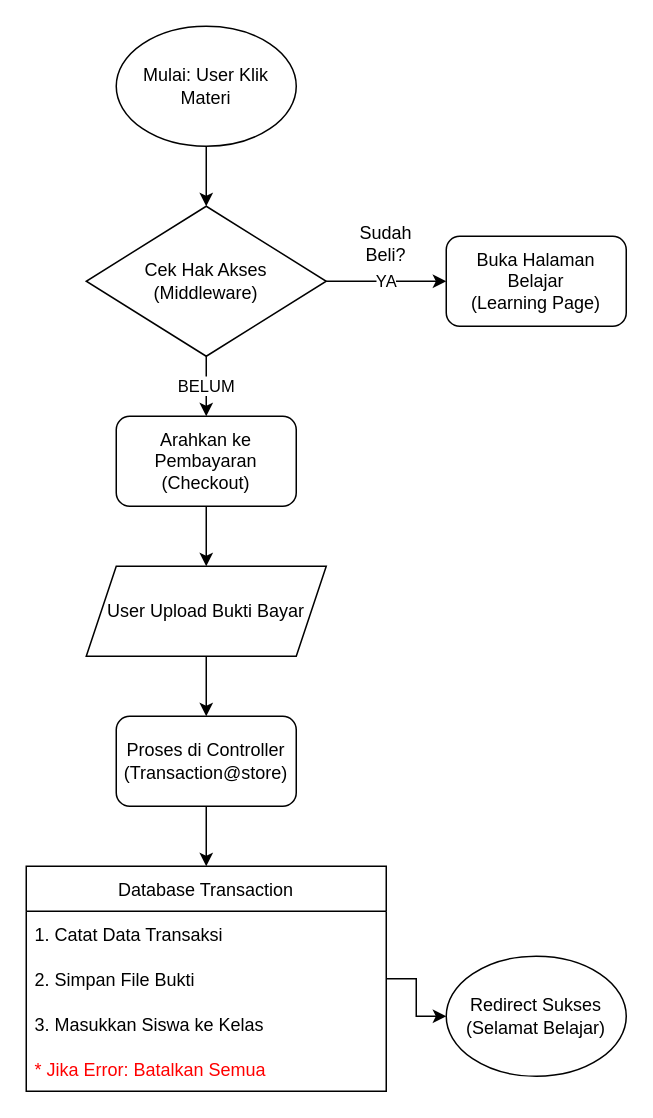
Before: transaction_flow.drawio in azharaul/Codemy, a draw.io diagram. Source tidied: cells renumbered, new cells numbered last; positions are measured from the earlier drawing's top-left corner, leaving out a move shared by most shapes. Both pictures are drawn from the tidied source at 150%, with x=0, y=0 at pixel (26, 26).
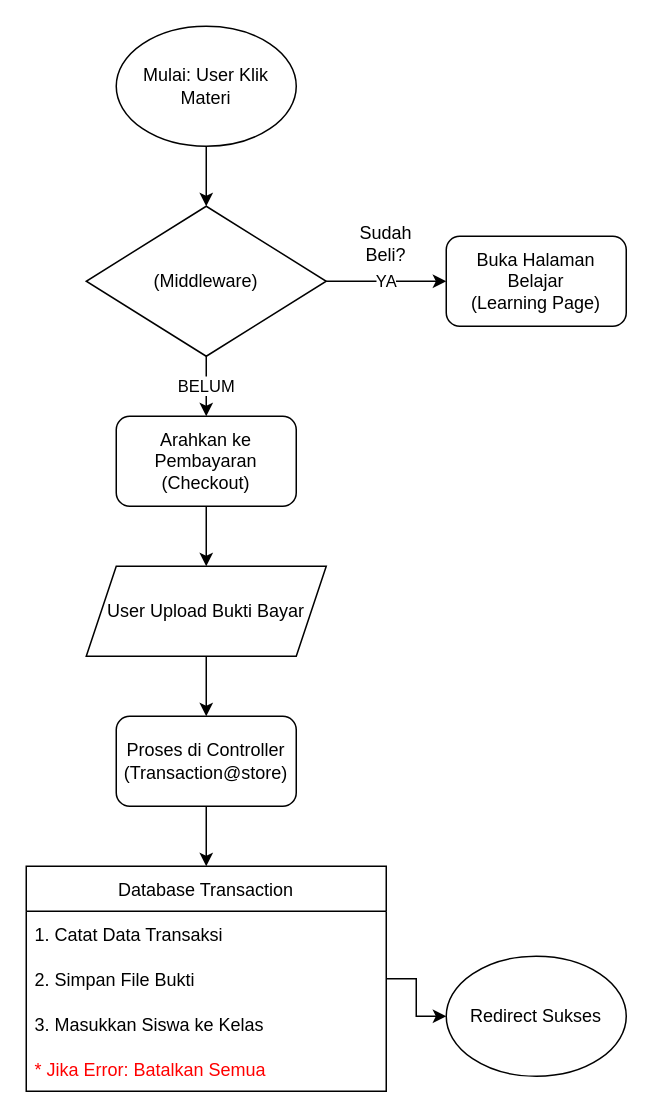
After the change.

The edit, as a diff of the source:
```diff
@@
-<mxGraphModel>
+<mxGraphModel background="#ffffff">
@@
-    <mxCell id="3" value="Cek Hak Akses&#10;(Middleware)" style="rhombus;whiteSpace=wrap;html=1;fillColor=default;strokeColor=default;" parent="1" vertex="1">
+    <mxCell id="3" value="(Middleware)" style="rhombus;whiteSpace=wrap;html=1;fillColor=default;strokeColor=default;" parent="1" vertex="1">
       <mxGeometry x="40" y="120" width="160" height="100" as="geometry" />
     </mxCell>
@@
-    <mxCell id="20" value="Redirect Sukses&#10;(Selamat Belajar)" style="ellipse;whiteSpace=wrap;html=1;fillColor=default;strokeColor=default;" parent="1" vertex="1">
+    <mxCell id="20" value="Redirect Sukses" style="ellipse;whiteSpace=wrap;html=1;fillColor=default;strokeColor=default;" parent="1" vertex="1">
       <mxGeometry x="280" y="620" width="120" height="80" as="geometry" />
     </mxCell>
```
